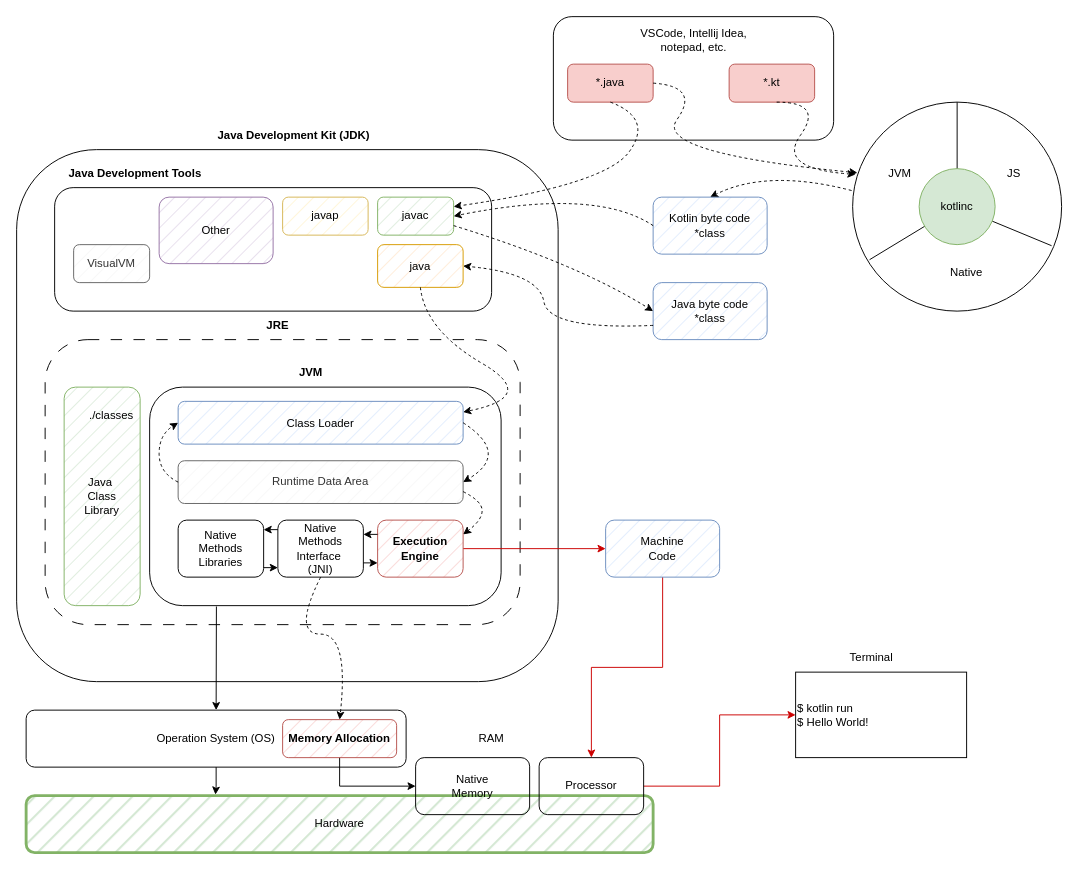
fzybot/draw_io_schemes keeps this draw.io diagram as Kotlin_JVM_architecture.drawio. Above is the earlier version. Source tidied: cells renumbered, new cells numbered last; positions are measured from the earlier drawing's top-left corner, leaving out a move shared by most shapes. Both pictures are drawn from the tidied source at 95%, with x=0, y=0 at pixel (16, 16).
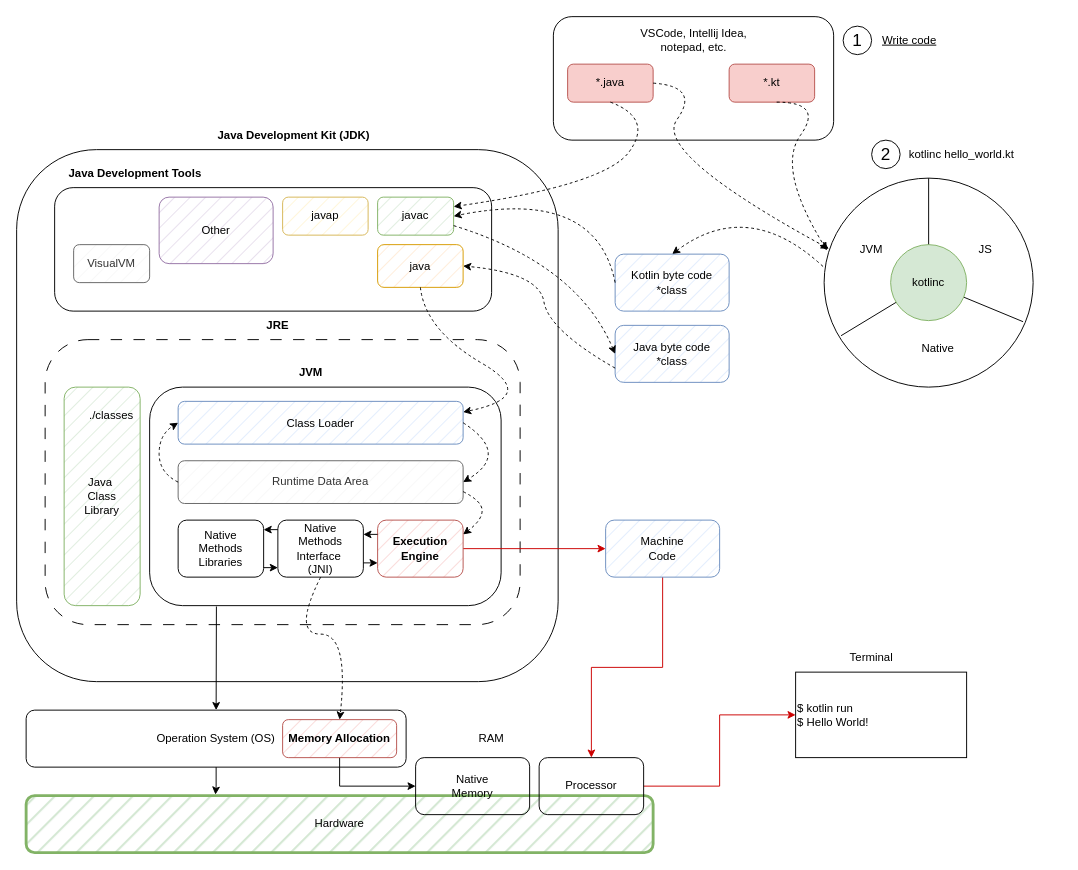
The same page after the edit.

What changed in the source:
```diff
@@
     <mxCell id="2" style="ellipse;whiteSpace=wrap;html=1;" parent="1" vertex="1">
-      <mxGeometry x="880" y="90" width="220" height="220" as="geometry" />
+      <mxGeometry x="850" y="170" width="220" height="220" as="geometry" />
     </mxCell>
@@
     <mxCell id="16" value="Java byte code&lt;div&gt;*class&lt;/div&gt;" style="rounded=1;whiteSpace=wrap;html=1;fillColor=#dae8fc;fillStyle=hatch;strokeColor=#6c8ebf;" parent="1" vertex="1">
-      <mxGeometry x="670" y="280" width="120" height="60" as="geometry" />
+      <mxGeometry x="630" y="325" width="120" height="60" as="geometry" />
     </mxCell>
@@
     <mxCell id="19" style="curved=1;endArrow=classic;html=1;rounded=0;exitX=-0.005;exitY=0.423;exitDx=0;exitDy=0;entryX=0.5;entryY=0;entryDx=0;entryDy=0;exitPerimeter=0;dashed=1;" parent="1" edge="1" source="2" target="22">
       <mxGeometry relative="1" as="geometry">
         <Array as="points">
-          <mxPoint x="790" y="160" />
+          <mxPoint x="770" y="190" />
         </Array>
       </mxGeometry>
     </mxCell>
@@
     <mxCell id="22" value="Kotlin byte code&lt;div&gt;*class&lt;/div&gt;" style="rounded=1;whiteSpace=wrap;html=1;fillColor=#dae8fc;fillStyle=hatch;strokeColor=#6c8ebf;" parent="1" vertex="1">
-      <mxGeometry x="670" y="190" width="120" height="60" as="geometry" />
+      <mxGeometry x="630" y="250" width="120" height="60" as="geometry" />
     </mxCell>
@@
     <mxCell id="25" style="endArrow=none;html=1;rounded=0;exitX=0.081;exitY=0.754;exitDx=0;exitDy=0;exitPerimeter=0;" parent="1" edge="1" source="2">
       <mxGeometry relative="1" as="geometry">
-        <mxPoint x="990" y="200" as="targetPoint" />
+        <mxPoint x="960" y="280" as="targetPoint" />
       </mxGeometry>
     </mxCell>
     <mxCell id="26" style="endArrow=none;html=1;rounded=0;exitX=0.952;exitY=0.687;exitDx=0;exitDy=0;exitPerimeter=0;" parent="1" edge="1" source="2">
       <mxGeometry relative="1" as="geometry">
-        <mxPoint x="990" y="200" as="targetPoint" />
+        <mxPoint x="960" y="280" as="targetPoint" />
       </mxGeometry>
     </mxCell>
     <mxCell id="27" style="endArrow=none;html=1;rounded=0;entryX=0.5;entryY=0;entryDx=0;entryDy=0;" parent="1" edge="1" target="28">
       <mxGeometry relative="1" as="geometry">
-        <mxPoint x="990" y="200" as="sourcePoint" />
+        <mxPoint x="960" y="280" as="sourcePoint" />
       </mxGeometry>
     </mxCell>
     <mxCell id="28" value="kotlinc" style="ellipse;whiteSpace=wrap;html=1;fillStyle=auto;fillColor=#d5e8d4;strokeColor=#82b366;" parent="1" vertex="1">
-      <mxGeometry x="950" y="160" width="80" height="80" as="geometry" />
+      <mxGeometry x="920" y="240" width="80" height="80" as="geometry" />
     </mxCell>
     <mxCell id="29" value="JVM" style="text;html=1;align=center;verticalAlign=middle;whiteSpace=wrap;rounded=0;" parent="1" vertex="1">
-      <mxGeometry x="900" y="150" width="60" height="30" as="geometry" />
+      <mxGeometry x="870" y="230" width="60" height="30" as="geometry" />
     </mxCell>
     <mxCell id="30" value="JS" style="text;html=1;align=center;verticalAlign=middle;whiteSpace=wrap;rounded=0;" parent="1" vertex="1">
-      <mxGeometry x="1020" y="150" width="60" height="30" as="geometry" />
+      <mxGeometry x="990" y="230" width="60" height="30" as="geometry" />
     </mxCell>
     <mxCell id="31" value="Native" style="text;html=1;align=center;verticalAlign=middle;whiteSpace=wrap;rounded=0;" parent="1" vertex="1">
-      <mxGeometry x="970" y="255" width="60" height="30" as="geometry" />
+      <mxGeometry x="940" y="335" width="60" height="30" as="geometry" />
     </mxCell>
@@
+    <mxCell id="68" value="&lt;font style=&quot;font-size: 18px;&quot;&gt;1&lt;/font&gt;" style="ellipse;whiteSpace=wrap;html=1;" parent="1" vertex="1">
+      <mxGeometry x="870" y="10" width="30" height="30" as="geometry" />
+    </mxCell>
+    <mxCell id="69" value="&lt;u&gt;Write code&lt;/u&gt;" style="text;html=1;align=center;verticalAlign=middle;whiteSpace=wrap;rounded=0;" parent="1" vertex="1">
+      <mxGeometry x="910" y="10" width="60" height="30" as="geometry" />
+    </mxCell>
+    <mxCell id="70" value="&lt;font style=&quot;font-size: 18px;&quot;&gt;2&lt;/font&gt;" style="ellipse;whiteSpace=wrap;html=1;" parent="1" vertex="1">
+      <mxGeometry x="900" y="130" width="30" height="30" as="geometry" />
+    </mxCell>
+    <mxCell id="71" value="kotlinc hello_world.kt" style="text;html=1;align=center;verticalAlign=middle;whiteSpace=wrap;rounded=0;" parent="1" vertex="1">
+      <mxGeometry x="920" y="130" width="150" height="30" as="geometry" />
+    </mxCell>
```
